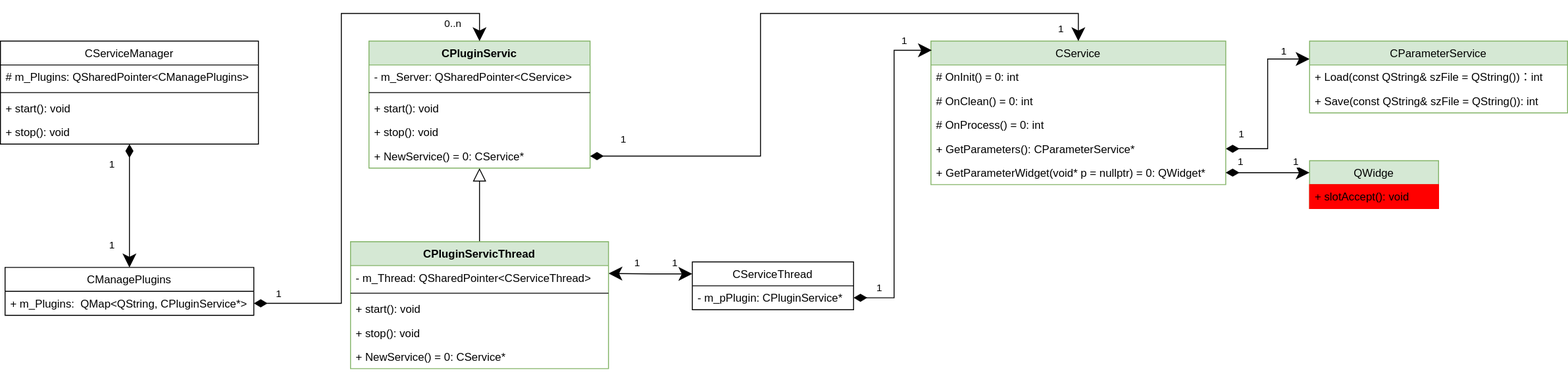
This is docs/Image/PluginServiceAPI.svg from KangLin/RabbitRemoteControl, a draw.io export, as it was before one commit. Source tidied: cells renumbered, new cells last; positions are measured from the earlier drawing's top-left corner, leaving out a move shared by most shapes.
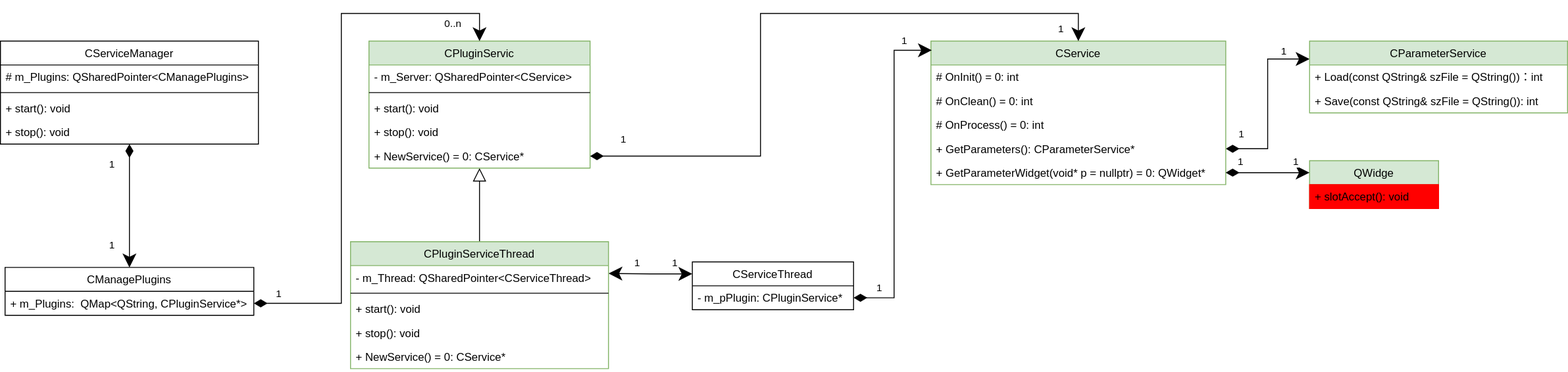
Above is the later version.

Commit message:
Rename CPluginServicThread to CPluginServiceThread

The edit, as a diff of the source:
```diff
@@ -64,7 +64,7 @@
     <mxCell id="19" style="edgeStyle=orthogonalEdgeStyle;rounded=0;jettySize=auto;html=1;startArrow=block;startFill=0;endArrow=none;endFill=0;startSize=12;endSize=12;" parent="1" edge="1" source="20" target="47">
       <mxGeometry relative="1" as="geometry" />
     </mxCell>
-    <mxCell id="20" value="CPluginServic" style="swimlane;fontStyle=1;align=center;verticalAlign=top;horizontal=1;startSize=26;fillColor=#d5e8d4;strokeColor=#82b366;" parent="1" vertex="1">
+    <mxCell id="20" value="CPluginServic" style="swimlane;fontStyle=0;align=center;verticalAlign=top;horizontal=1;startSize=26;fillColor=#d5e8d4;strokeColor=#82b366;" parent="1" vertex="1">
       <mxGeometry x="400" y="30" width="240" height="138" as="geometry" />
     </mxCell>
     <mxCell id="21" value="- m_Server:  QSharedPointer&lt;CService&gt;" style="text;strokeColor=none;fillColor=none;align=left;verticalAlign=top;spacingLeft=4;spacingRight=4;overflow=hidden;" parent="20" vertex="1">
@@ -172,7 +172,7 @@
         <mxPoint x="23" y="-12" as="offset" />
       </mxGeometry>
     </mxCell>
-    <mxCell id="47" value="CPluginServicThread" style="swimlane;fontStyle=1;align=center;verticalAlign=top;horizontal=1;startSize=26;fillColor=#d5e8d4;strokeColor=#82b366;" parent="1" vertex="1">
+    <mxCell id="47" value="CPluginServiceThread" style="swimlane;fontStyle=0;align=center;verticalAlign=top;horizontal=1;startSize=26;fillColor=#d5e8d4;strokeColor=#82b366;" parent="1" vertex="1">
       <mxGeometry x="380" y="248" width="280" height="138" as="geometry" />
     </mxCell>
     <mxCell id="48" value="- m_Thread: QSharedPointer&lt;CServiceThread&gt;" style="text;strokeColor=none;fillColor=none;align=left;verticalAlign=top;spacingLeft=4;spacingRight=4;overflow=hidden;" parent="47" vertex="1">
```
